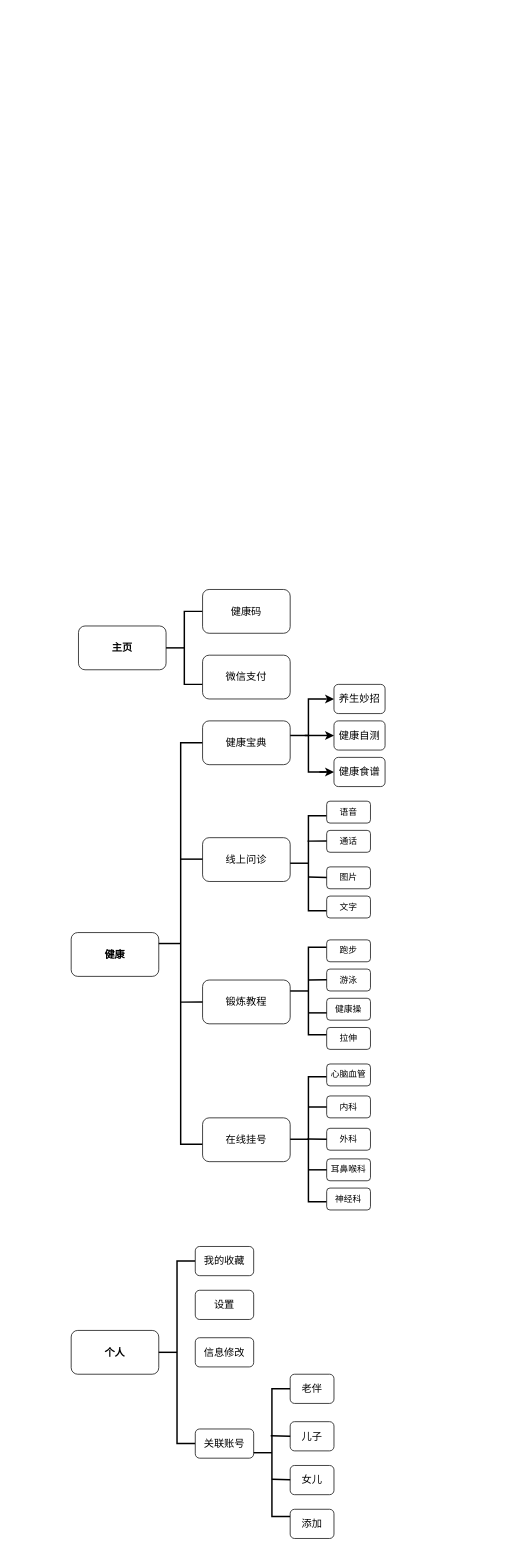
The draw.io diagram 未命名绘图.drawio in coder0223/Man-machine-interaction, before the edit. Source tidied: cells renumbered, new cells numbered last; positions are measured from the earlier drawing's top-left corner, leaving out a move shared by most shapes. Both pictures are drawn from the tidied source at 73%, with x=0, y=0 at pixel (71, 589).
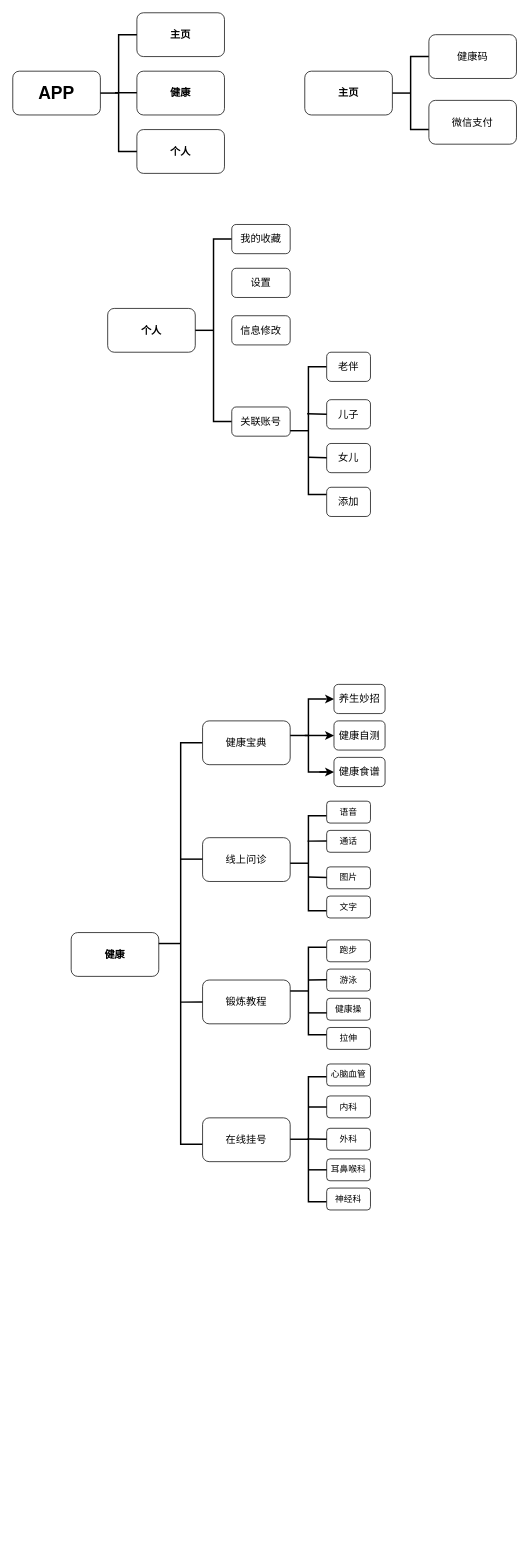
After the change.

What changed in the source:
```diff
@@
     <mxCell id="2" value="&lt;font style=&quot;font-size: 14px;&quot;&gt;&lt;b&gt;主页&lt;/b&gt;&lt;/font&gt;" style="rounded=1;whiteSpace=wrap;html=1;fontSize=12;glass=0;strokeWidth=1;shadow=0;" parent="1" vertex="1">
-      <mxGeometry x="10" y="50" width="120" height="60" as="geometry" />
+      <mxGeometry x="320" y="-710" width="120" height="60" as="geometry" />
     </mxCell>
     <mxCell id="3" style="strokeWidth=2;html=1;shape=mxgraph.flowchart.annotation_2;align=left;labelPosition=right;" parent="1" vertex="1">
-      <mxGeometry x="130" y="30" width="50" height="100" as="geometry" />
+      <mxGeometry x="440" y="-730" width="50" height="100" as="geometry" />
     </mxCell>
     <mxCell id="4" value="&lt;font style=&quot;font-size: 14px;&quot;&gt;健康码&lt;/font&gt;" style="rounded=1;whiteSpace=wrap;html=1;" parent="1" vertex="1">
-      <mxGeometry x="180" width="120" height="60" as="geometry" />
+      <mxGeometry x="490" y="-760" width="120" height="60" as="geometry" />
     </mxCell>
     <mxCell id="5" value="&lt;font style=&quot;font-size: 14px;&quot;&gt;微信支付&lt;/font&gt;" style="rounded=1;whiteSpace=wrap;html=1;" parent="1" vertex="1">
-      <mxGeometry x="180" y="90" width="120" height="60" as="geometry" />
+      <mxGeometry x="490" y="-670" width="120" height="60" as="geometry" />
     </mxCell>
@@
     <mxCell id="45" value="&lt;font style=&quot;font-size: 14px;&quot;&gt;&lt;b&gt;个人&lt;/b&gt;&lt;/font&gt;" style="rounded=1;whiteSpace=wrap;html=1;fontFamily=Helvetica;fontSize=12;" parent="1" vertex="1">
-      <mxGeometry y="1015" width="120" height="60" as="geometry" />
+      <mxGeometry x="50" y="-385" width="120" height="60" as="geometry" />
     </mxCell>
     <mxCell id="46" style="strokeWidth=2;html=1;shape=mxgraph.flowchart.annotation_2;align=left;labelPosition=right;fontFamily=Helvetica;fontSize=14;" parent="1" vertex="1">
-      <mxGeometry x="120" y="920" width="50" height="250" as="geometry" />
+      <mxGeometry x="170" y="-480" width="50" height="250" as="geometry" />
     </mxCell>
     <mxCell id="47" value="我的收藏" style="rounded=1;whiteSpace=wrap;html=1;fontFamily=Helvetica;fontSize=14;" parent="1" vertex="1">
-      <mxGeometry x="170" y="900" width="80" height="40" as="geometry" />
+      <mxGeometry x="220" y="-500" width="80" height="40" as="geometry" />
     </mxCell>
     <mxCell id="48" value="设置" style="rounded=1;whiteSpace=wrap;html=1;fontFamily=Helvetica;fontSize=14;" parent="1" vertex="1">
-      <mxGeometry x="170" y="960" width="80" height="40" as="geometry" />
+      <mxGeometry x="220" y="-440" width="80" height="40" as="geometry" />
     </mxCell>
     <mxCell id="49" value="信息修改" style="rounded=1;whiteSpace=wrap;html=1;fontFamily=Helvetica;fontSize=14;" parent="1" vertex="1">
-      <mxGeometry x="170" y="1025" width="80" height="40" as="geometry" />
+      <mxGeometry x="220" y="-375" width="80" height="40" as="geometry" />
     </mxCell>
     <mxCell id="50" value="关联账号" style="rounded=1;whiteSpace=wrap;html=1;fontFamily=Helvetica;fontSize=14;" parent="1" vertex="1">
-      <mxGeometry x="170" y="1150" width="80" height="40" as="geometry" />
+      <mxGeometry x="220" y="-250" width="80" height="40" as="geometry" />
     </mxCell>
     <mxCell id="51" style="strokeWidth=2;html=1;shape=mxgraph.flowchart.annotation_2;align=left;labelPosition=right;fontFamily=Helvetica;fontSize=14;" parent="1" vertex="1">
-      <mxGeometry x="250" y="1095" width="50" height="175" as="geometry" />
+      <mxGeometry x="300" y="-305" width="50" height="175" as="geometry" />
     </mxCell>
     <mxCell id="52" value="老伴" style="rounded=1;whiteSpace=wrap;html=1;fontFamily=Helvetica;fontSize=14;" parent="1" vertex="1">
-      <mxGeometry x="300" y="1075" width="60" height="40" as="geometry" />
+      <mxGeometry x="350" y="-325" width="60" height="40" as="geometry" />
     </mxCell>
     <mxCell id="53" value="儿子" style="rounded=1;whiteSpace=wrap;html=1;fontFamily=Helvetica;fontSize=14;" parent="1" vertex="1">
-      <mxGeometry x="300" y="1140" width="60" height="40" as="geometry" />
+      <mxGeometry x="350" y="-260" width="60" height="40" as="geometry" />
     </mxCell>
     <mxCell id="54" value="女儿" style="rounded=1;whiteSpace=wrap;html=1;fontFamily=Helvetica;fontSize=14;" parent="1" vertex="1">
-      <mxGeometry x="300" y="1200" width="60" height="40" as="geometry" />
+      <mxGeometry x="350" y="-200" width="60" height="40" as="geometry" />
     </mxCell>
     <mxCell id="55" value="添加" style="rounded=1;whiteSpace=wrap;html=1;fontFamily=Helvetica;fontSize=14;" parent="1" vertex="1">
-      <mxGeometry x="300" y="1260" width="60" height="40" as="geometry" />
+      <mxGeometry x="350" y="-140" width="60" height="40" as="geometry" />
     </mxCell>
@@
     <mxCell id="57" style="endArrow=none;html=1;rounded=0;strokeWidth=2;fontFamily=Helvetica;fontSize=14;" parent="1" edge="1">
       <mxGeometry relative="1" as="geometry">
-        <mxPoint x="275" y="1219" as="sourcePoint" />
-        <mxPoint x="300" y="1219.5" as="targetPoint" />
+        <mxPoint x="325" y="-181" as="sourcePoint" />
+        <mxPoint x="350" y="-180.5" as="targetPoint" />
       </mxGeometry>
     </mxCell>
+    <mxCell id="58" value="&lt;b&gt;个人&lt;/b&gt;" style="rounded=1;whiteSpace=wrap;html=1;fontFamily=Helvetica;fontSize=14;" parent="1" vertex="1">
+      <mxGeometry x="90" y="-630" width="120" height="60" as="geometry" />
+    </mxCell>
+    <mxCell id="59" value="&lt;b&gt;健康&lt;/b&gt;" style="rounded=1;whiteSpace=wrap;html=1;fontFamily=Helvetica;fontSize=14;" parent="1" vertex="1">
+      <mxGeometry x="90" y="-710" width="120" height="60" as="geometry" />
+    </mxCell>
+    <mxCell id="60" value="&lt;b&gt;主页&lt;/b&gt;" style="rounded=1;whiteSpace=wrap;html=1;fontFamily=Helvetica;fontSize=14;" parent="1" vertex="1">
+      <mxGeometry x="90" y="-790" width="120" height="60" as="geometry" />
+    </mxCell>
+    <mxCell id="61" value="&lt;font style=&quot;font-size: 24px;&quot;&gt;&lt;b&gt;APP&lt;/b&gt;&lt;/font&gt;" style="rounded=1;whiteSpace=wrap;html=1;fontFamily=Helvetica;fontSize=14;" parent="1" vertex="1">
+      <mxGeometry x="-80" y="-710" width="120" height="60" as="geometry" />
+    </mxCell>
+    <mxCell id="62" style="strokeWidth=2;html=1;shape=mxgraph.flowchart.annotation_2;align=left;labelPosition=right;fontFamily=Helvetica;fontSize=24;" parent="1" vertex="1">
+      <mxGeometry x="40" y="-760" width="50" height="160" as="geometry" />
+    </mxCell>
+    <mxCell id="63" style="endArrow=none;html=1;rounded=0;strokeWidth=2;fontFamily=Helvetica;fontSize=24;" parent="1" edge="1">
+      <mxGeometry relative="1" as="geometry">
+        <mxPoint x="60" y="-680.5" as="sourcePoint" />
+        <mxPoint x="90" y="-680.5" as="targetPoint" />
+      </mxGeometry>
+    </mxCell>
```
